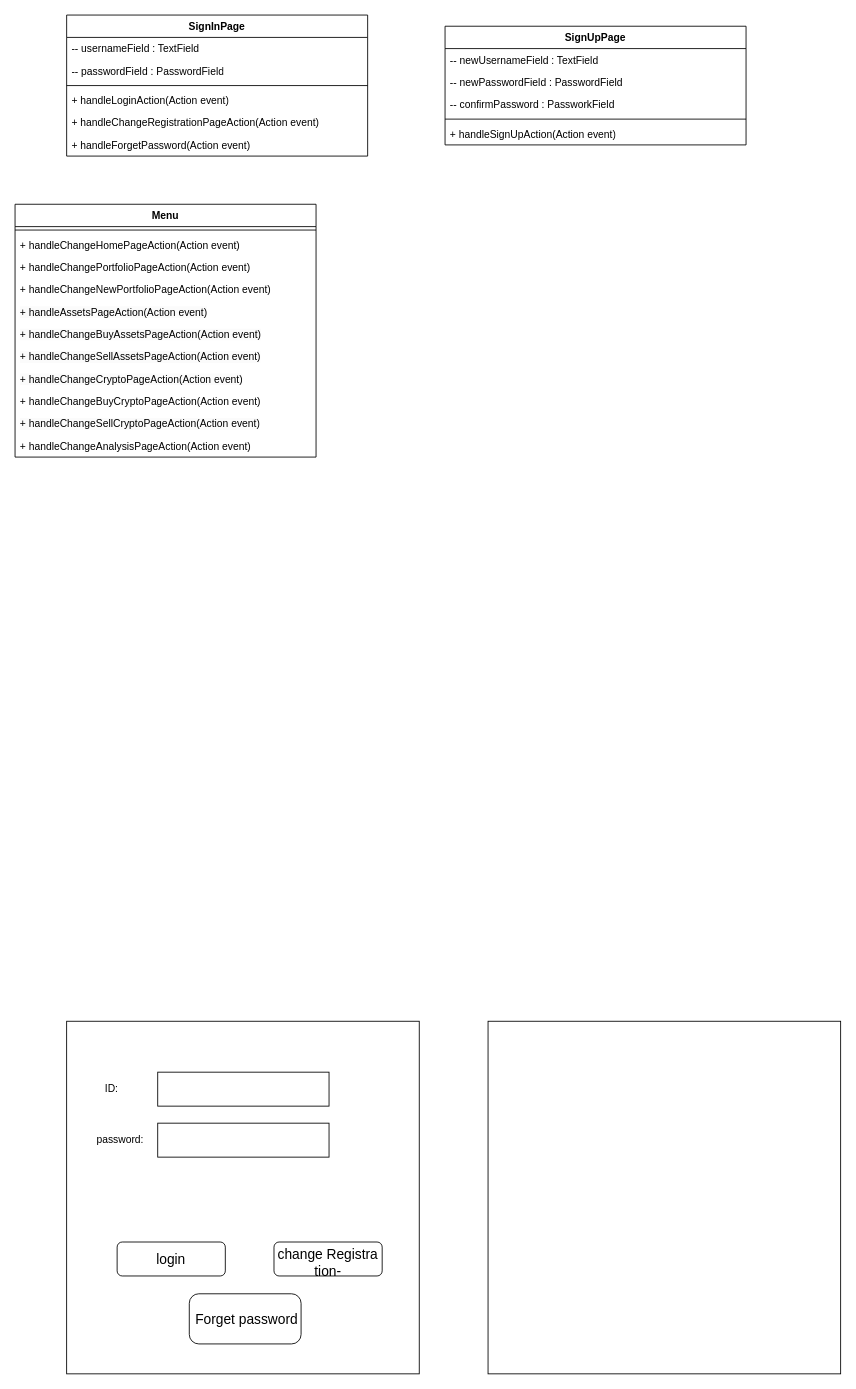
Above: demo/documents/analysises/bussness process/V2.0/UI.drawio in cyang2001/projectJava (draw.io), before the change. Source tidied: cells renumbered, new cells numbered last; positions are measured from the earlier drawing's top-left corner, leaving out a move shared by most shapes. Both pictures are drawn from the tidied source at 86%, with x=0, y=0 at pixel (15, 15).
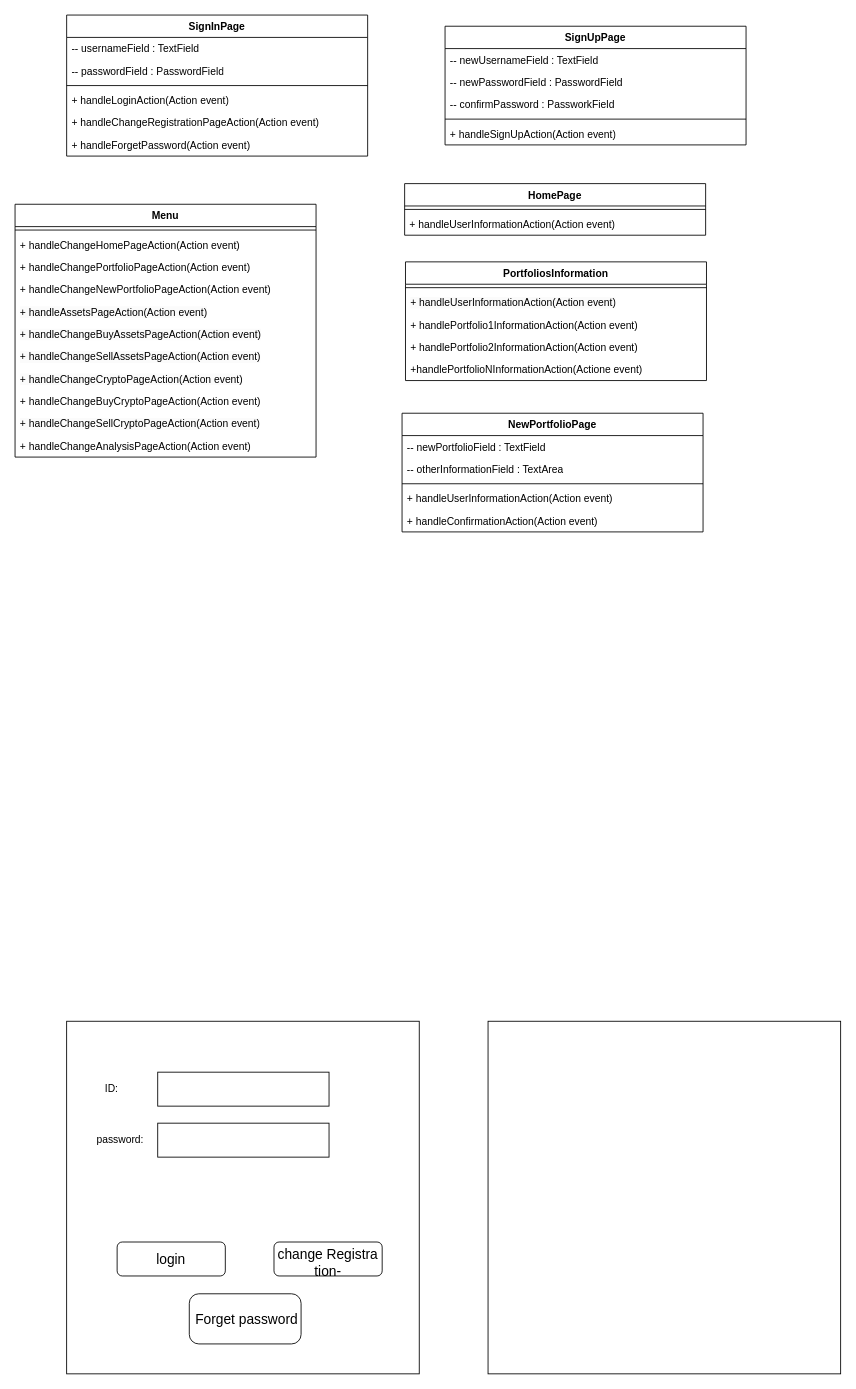
The same page after the edit.

Commit message:
Mettre à jour UI.drawio

Diff of the diagram source:
```diff
@@
+    <mxCell id="41" value="HomePage" style="swimlane;fontStyle=1;align=center;verticalAlign=top;horizontal=1;startSize=26;whiteSpace=wrap;html=1;" parent="1" vertex="1">
+      <mxGeometry x="453" y="196" width="350" height="60" as="geometry" />
+    </mxCell>
+    <mxCell id="42" style="line;strokeWidth=1;fillColor=none;align=left;verticalAlign=middle;spacingTop=-1;spacingLeft=3;spacingRight=3;labelPosition=right;strokeColor=inherit;" parent="41" vertex="1">
+      <mxGeometry y="26" width="350" height="8" as="geometry" />
+    </mxCell>
+    <mxCell id="43" value="+ handleUserInformationAction(Action event)" style="text;strokeColor=none;fillColor=none;align=left;verticalAlign=top;spacingLeft=4;spacingRight=4;overflow=hidden;whiteSpace=wrap;html=1;" parent="41" vertex="1">
+      <mxGeometry y="34" width="350" height="26" as="geometry" />
+    </mxCell>
@@
+    <mxCell id="44" value="PortfoliosInformation" style="swimlane;fontStyle=1;align=center;verticalAlign=top;horizontal=1;startSize=26;whiteSpace=wrap;html=1;" parent="1" vertex="1">
+      <mxGeometry x="454" y="287" width="350" height="138" as="geometry" />
+    </mxCell>
+    <mxCell id="45" style="line;strokeWidth=1;fillColor=none;align=left;verticalAlign=middle;spacingTop=-1;spacingLeft=3;spacingRight=3;labelPosition=right;strokeColor=inherit;" parent="44" vertex="1">
+      <mxGeometry y="26" width="350" height="8" as="geometry" />
+    </mxCell>
+    <mxCell id="46" value="&lt;span style=&quot;color: rgb(0, 0, 0); font-family: Helvetica; font-size: 12px; font-style: normal; font-variant-ligatures: normal; font-variant-caps: normal; font-weight: 400; letter-spacing: normal; orphans: 2; text-align: left; text-indent: 0px; text-transform: none; widows: 2; word-spacing: 0px; -webkit-text-stroke-width: 0px; background-color: rgb(251, 251, 251); text-decoration-thickness: initial; text-decoration-style: initial; text-decoration-color: initial; float: none; display: inline !important;&quot;&gt;+ handleUserInformationAction(Action event)&lt;/span&gt;" style="text;strokeColor=none;fillColor=none;align=left;verticalAlign=top;spacingLeft=4;spacingRight=4;overflow=hidden;whiteSpace=wrap;html=1;" parent="44" vertex="1">
+      <mxGeometry y="34" width="350" height="26" as="geometry" />
+    </mxCell>
+    <mxCell id="47" value="+ handlePortfolio1InformationAction(Action event)" style="text;strokeColor=none;fillColor=none;align=left;verticalAlign=top;spacingLeft=4;spacingRight=4;overflow=hidden;whiteSpace=wrap;html=1;" parent="44" vertex="1">
+      <mxGeometry y="60" width="350" height="26" as="geometry" />
+    </mxCell>
+    <mxCell id="48" value="+ handlePortfolio2InformationAction(Action event)" style="text;strokeColor=none;fillColor=none;align=left;verticalAlign=top;spacingLeft=4;spacingRight=4;overflow=hidden;whiteSpace=wrap;html=1;" parent="44" vertex="1">
+      <mxGeometry y="86" width="350" height="26" as="geometry" />
+    </mxCell>
+    <mxCell id="49" value="+handlePortfolioNInformationAction(Actione event)" style="text;strokeColor=none;fillColor=none;align=left;verticalAlign=top;spacingLeft=4;spacingRight=4;overflow=hidden;whiteSpace=wrap;html=1;" parent="44" vertex="1">
+      <mxGeometry y="112" width="350" height="26" as="geometry" />
+    </mxCell>
+    <mxCell id="50" value="NewPortfolioPage" style="swimlane;fontStyle=1;align=center;verticalAlign=top;horizontal=1;startSize=26;whiteSpace=wrap;html=1;" parent="1" vertex="1">
+      <mxGeometry x="450" y="463" width="350" height="138" as="geometry" />
+    </mxCell>
+    <mxCell id="51" value="-- newPortfolioField : TextField" style="text;strokeColor=none;fillColor=none;align=left;verticalAlign=top;spacingLeft=4;spacingRight=4;overflow=hidden;whiteSpace=wrap;html=1;" parent="50" vertex="1">
+      <mxGeometry y="26" width="350" height="26" as="geometry" />
+    </mxCell>
+    <mxCell id="52" value="-- otherInformationField : TextArea" style="text;strokeColor=none;fillColor=none;align=left;verticalAlign=top;spacingLeft=4;spacingRight=4;overflow=hidden;whiteSpace=wrap;html=1;" parent="50" vertex="1">
+      <mxGeometry y="52" width="350" height="26" as="geometry" />
+    </mxCell>
+    <mxCell id="53" style="line;strokeWidth=1;fillColor=none;align=left;verticalAlign=middle;spacingTop=-1;spacingLeft=3;spacingRight=3;labelPosition=right;strokeColor=inherit;" parent="50" vertex="1">
+      <mxGeometry y="78" width="350" height="8" as="geometry" />
+    </mxCell>
+    <mxCell id="54" value="+ handleUserInformationAction(Action event)" style="text;strokeColor=none;fillColor=none;align=left;verticalAlign=top;spacingLeft=4;spacingRight=4;overflow=hidden;whiteSpace=wrap;html=1;" parent="50" vertex="1">
+      <mxGeometry y="86" width="350" height="26" as="geometry" />
+    </mxCell>
+    <mxCell id="55" value="+ handleConfirmationAction(Action event)" style="text;strokeColor=none;fillColor=none;align=left;verticalAlign=top;spacingLeft=4;spacingRight=4;overflow=hidden;whiteSpace=wrap;html=1;" parent="50" vertex="1">
+      <mxGeometry y="112" width="350" height="26" as="geometry" />
+    </mxCell>
```
